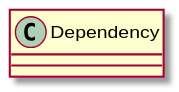
Above: UML/Assets/Scripts/Dependency.svg in Delt06/unity-generate-uml (PlantUML), before the change. The source it was exported from:
```plantuml
@startuml
class Dependency {
}
@enduml
```
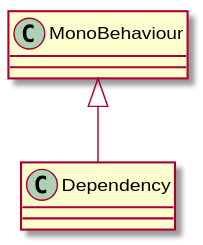
After the change.

Commit message:
Generate UML (Generate UML)

Change to the diagram source:
```diff
@@ -1,4 +1,5 @@
 @startuml
 class Dependency {
 }
+MonoBehaviour <|-- Dependency
 @enduml
```
